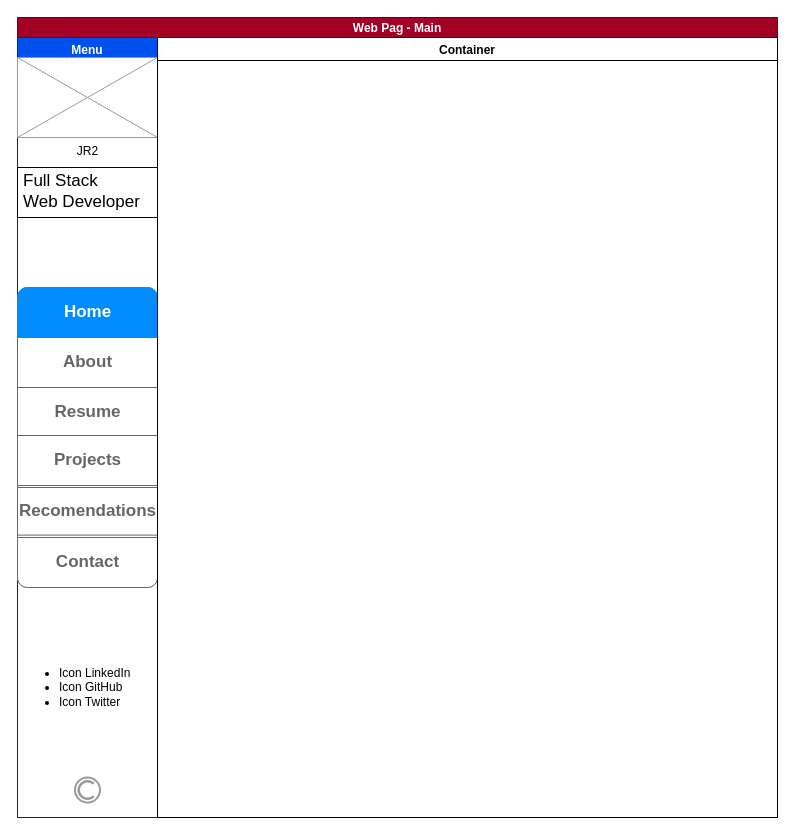
Before: page "Menu" (1 of 2) of src/design/despage_main.drawio in JacintoRR396/sdjr2---web-sd_portfolio--ang, a draw.io diagram. Source tidied: cells renumbered, new cells numbered last; positions are measured from the earlier drawing's top-left corner, leaving out a move shared by most shapes. Both pictures are drawn from the tidied source at 100%, with x=0, y=0 at pixel (17, 17).
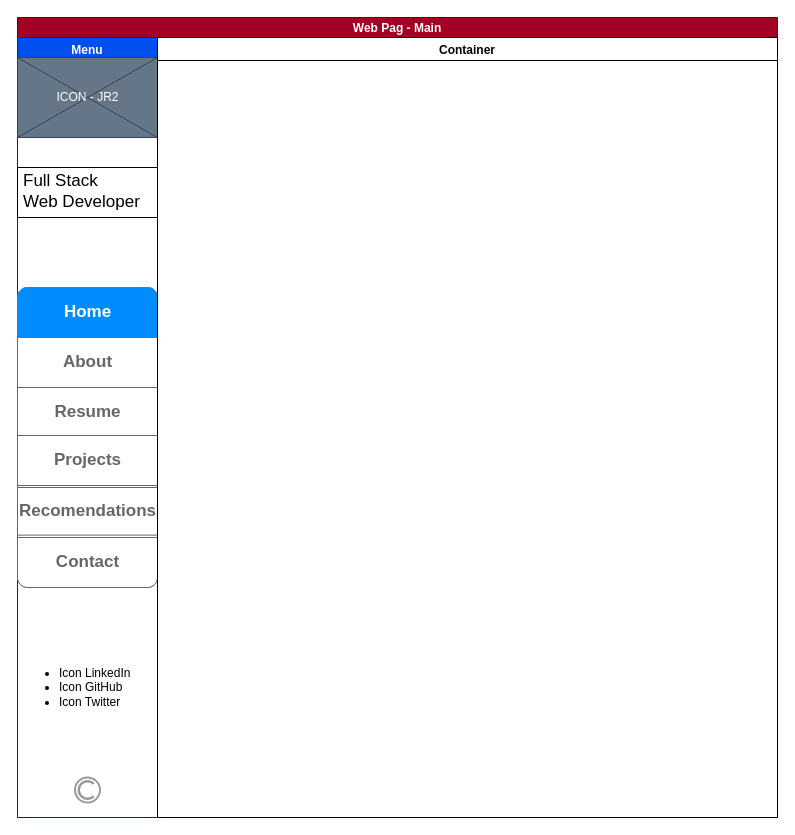
Above is the later version.

Change to the diagram source:
```diff
@@
 <mxGraphModel>
   <root>
     <mxCell id="0" />
     <mxCell id="1" parent="0" />
     <mxCell id="2" value="Web Pag - Main" style="swimlane;fillColor=#a20025;strokeColor=#6F0000;fontColor=#ffffff;startSize=20;" parent="1" vertex="1">
       <mxGeometry width="760" height="800" as="geometry" />
     </mxCell>
     <mxCell id="3" value="Menu" style="swimlane;fillColor=#0050ef;strokeColor=#001DBC;fontColor=#ffffff;" parent="2" vertex="1">
       <mxGeometry y="20" width="140" height="780" as="geometry" />
     </mxCell>
     <mxCell id="4" style="group;" parent="3" vertex="1">
       <mxGeometry y="130" width="140" height="635" as="geometry" />
     </mxCell>
     <mxCell id="5" style="strokeColor=#999999;verticalLabelPosition=bottom;shadow=0;dashed=0;verticalAlign=top;strokeWidth=2;html=1;shape=mxgraph.mockup.misc.copyrightIcon;" parent="4" vertex="1">
       <mxGeometry x="57.5" y="610" width="25" height="25" as="geometry" />
     </mxCell>
     <mxCell id="6" style="strokeWidth=1;shadow=0;dashed=0;align=center;html=1;shape=mxgraph.mockup.rrect;rSize=10;strokeColor=#666666;" parent="4" vertex="1">
       <mxGeometry y="120" width="140" height="300" as="geometry" />
     </mxCell>
     <mxCell id="7" value="About" style="strokeColor=inherit;fillColor=inherit;gradientColor=inherit;strokeWidth=1;shadow=0;dashed=0;align=center;html=1;shape=mxgraph.mockup.rrect;rSize=0;fontSize=17;fontColor=#666666;fontStyle=1;" parent="6" vertex="1">
       <mxGeometry width="140" height="50" relative="1" as="geometry">
         <mxPoint y="50" as="offset" />
       </mxGeometry>
     </mxCell>
     <mxCell id="8" value="Resume" style="strokeColor=inherit;fillColor=inherit;gradientColor=inherit;strokeWidth=1;shadow=0;dashed=0;align=center;html=1;shape=mxgraph.mockup.rrect;rSize=0;fontSize=17;fontColor=#666666;fontStyle=1;" parent="6" vertex="1">
       <mxGeometry width="140" height="50" relative="1" as="geometry">
         <mxPoint y="100" as="offset" />
       </mxGeometry>
     </mxCell>
     <mxCell id="9" value="Home" style="strokeWidth=1;shadow=0;dashed=0;align=center;html=1;shape=mxgraph.mockup.topButton;rSize=10;fontSize=17;fontColor=#ffffff;fontStyle=1;fillColor=#008cff;strokeColor=#008cff;" parent="6" vertex="1">
       <mxGeometry width="140" height="50" relative="1" as="geometry" />
     </mxCell>
     <mxCell id="10" value="Contact" style="strokeColor=inherit;fillColor=inherit;gradientColor=inherit;strokeWidth=1;shadow=0;dashed=0;align=center;html=1;shape=mxgraph.mockup.bottomButton;rSize=10;fontSize=17;fontColor=#666666;fontStyle=1;" parent="6" vertex="1">
       <mxGeometry y="1" width="140" height="50" relative="1" as="geometry">
         <mxPoint y="-50" as="offset" />
       </mxGeometry>
     </mxCell>
     <mxCell id="11" value="Projects" style="strokeColor=inherit;fillColor=inherit;gradientColor=inherit;strokeWidth=1;shadow=0;dashed=0;align=center;html=1;shape=mxgraph.mockup.rrect;rSize=0;fontSize=17;fontColor=#666666;fontStyle=1;" parent="6" vertex="1">
       <mxGeometry width="140" height="50" relative="1" as="geometry">
         <mxPoint y="148" as="offset" />
       </mxGeometry>
     </mxCell>
     <mxCell id="12" value="Recomendations" style="strokeColor=inherit;fillColor=inherit;gradientColor=inherit;strokeWidth=1;shadow=0;dashed=0;align=center;html=1;shape=mxgraph.mockup.rrect;rSize=0;fontSize=17;fontColor=#666666;fontStyle=1;" parent="6" vertex="1">
       <mxGeometry y="200" width="140" height="47.6" as="geometry" />
     </mxCell>
     <mxCell id="13" value="Full Stack&lt;br&gt;Web Developer" style="strokeWidth=1;shadow=0;dashed=0;align=center;html=1;shape=mxgraph.mockup.text.textBox;align=left;fontSize=17;spacingLeft=4;spacingTop=-3;mainText=;" parent="4" vertex="1">
       <mxGeometry width="140" height="50" as="geometry" />
     </mxCell>
     <mxCell id="14" value="&lt;ul&gt;&lt;li&gt;Icon LinkedIn&lt;/li&gt;&lt;li&gt;Icon GitHub&lt;/li&gt;&lt;li&gt;Icon Twitter&lt;/li&gt;&lt;/ul&gt;" style="text;strokeColor=none;fillColor=none;html=1;whiteSpace=wrap;verticalAlign=middle;overflow=hidden;" parent="4" vertex="1">
       <mxGeometry y="480" width="140" height="80" as="geometry" />
     </mxCell>
-    <mxCell id="15" value="JR2" style="verticalLabelPosition=bottom;shadow=0;dashed=0;align=center;html=1;verticalAlign=top;strokeWidth=1;shape=mxgraph.mockup.graphics.simpleIcon;strokeColor=#999999;" parent="3" vertex="1">
+    <mxCell id="15" value="ICON - JR2" style="verticalLabelPosition=middle;shadow=0;dashed=0;align=center;html=1;verticalAlign=middle;strokeWidth=1;shape=mxgraph.mockup.graphics.simpleIcon;strokeColor=#314354;fillColor=#647687;fontColor=#ffffff;labelPosition=center;" parent="3" vertex="1">
       <mxGeometry y="20" width="140" height="80" as="geometry" />
     </mxCell>
     <mxCell id="16" value="Container" style="swimlane;" parent="2" vertex="1">
       <mxGeometry x="140" y="20" width="620" height="780" as="geometry" />
     </mxCell>
   </root>
 </mxGraphModel>
```
